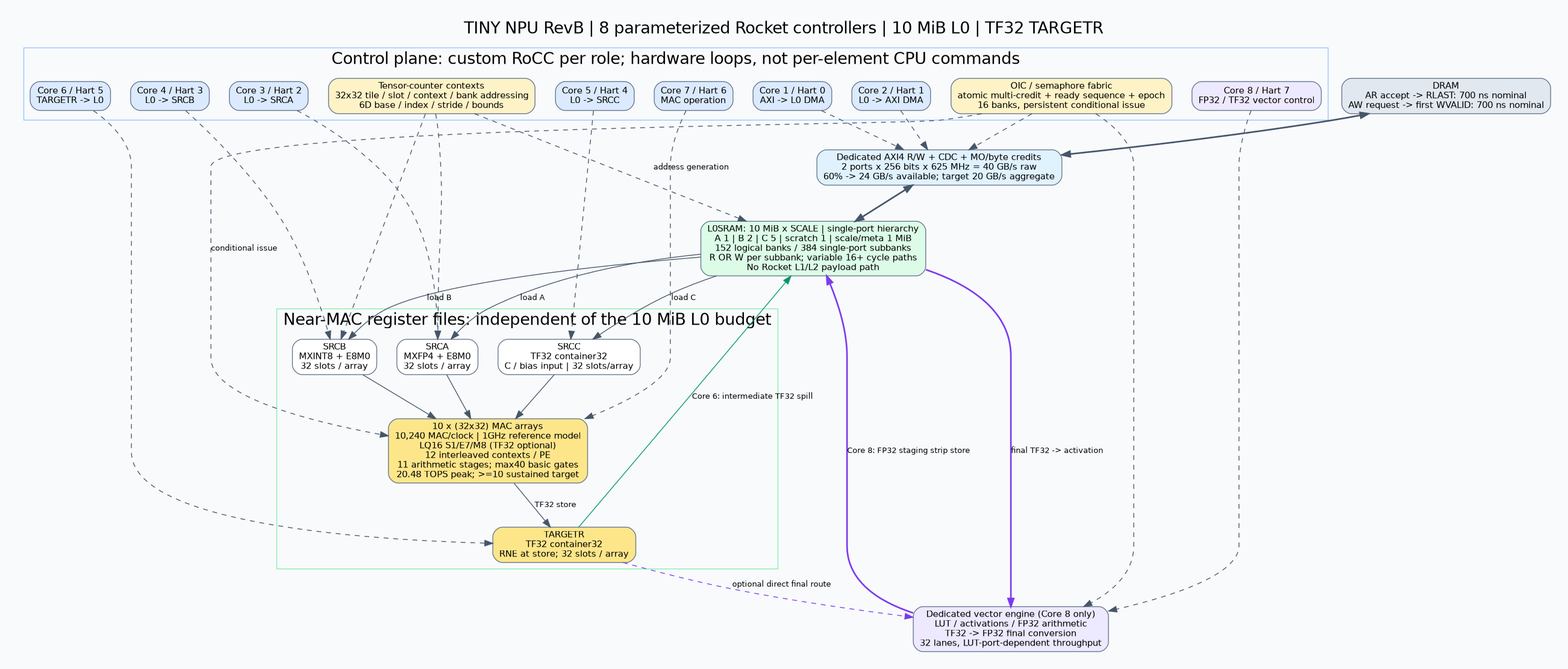
jhroh13/chipyard keeps this Graphviz diagram as tiny-npu/architecture/v2/architecture.png. Above is the earlier version. Its source is kept beside it as tiny-npu/architecture/v2/architecture.dot.
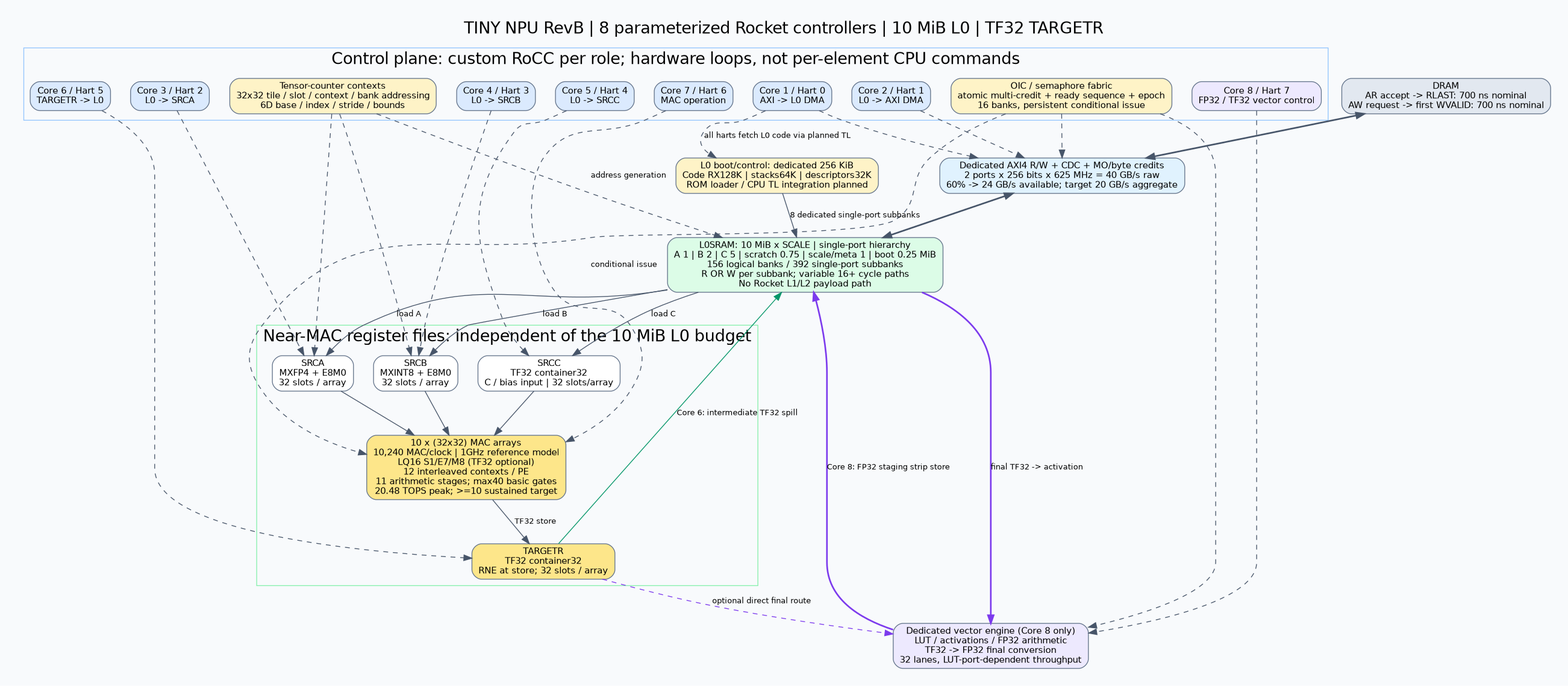
The same file after the commit.

Change to the diagram source:
```diff
@@ -17,9 +17,12 @@
   tc[label="Tensor-counter contexts\n32x32 tile / slot / context / bank addressing\n6D base / index / stride / bounds",fillcolor="#fef3c7"];
   oic[label="OIC / semaphore fabric\natomic multi-credit + ready sequence + epoch\n16 banks, persistent conditional issue",fillcolor="#fef3c7"];
  }
+ boot[label="L0 boot/control: dedicated 256 KiB\nCode RX128K | stacks64K | descriptors32K\nROM loader / CPU TL integration planned",fillcolor="#fef3c7"];
+ boot -> l0 [label="8 dedicated single-port subbanks"];
+ h0 -> boot [style=dashed,label="all harts fetch L0 code via planned TL"];
  dram[label="DRAM\nAR accept -> RLAST: 700 ns nominal\nAW request -> first WVALID: 700 ns nominal",fillcolor="#e2e8f0"];
  dma[label="Dedicated AXI4 R/W + CDC + MO/byte credits\n2 ports x 256 bits x 625 MHz = 40 GB/s raw\n60% -> 24 GB/s available; target 20 GB/s aggregate",fillcolor="#e0f2fe"];
- l0[label="L0SRAM: 10 MiB x SCALE | single-port hierarchy\nA 1 | B 2 | C 5 | scratch 1 | scale/meta 1 MiB\n152 logical banks / 384 single-port subbanks\nR OR W per subbank; variable 16+ cycle paths\nNo Rocket L1/L2 payload path",fillcolor="#dcfce7"];
+ l0[label="L0SRAM: 10 MiB x SCALE | single-port hierarchy\nA 1 | B 2 | C 5 | scratch 0.75 | scale/meta 1 | boot 0.25 MiB\n156 logical banks / 392 single-port subbanks\nR OR W per subbank; variable 16+ cycle paths\nNo Rocket L1/L2 payload path",fillcolor="#dcfce7"];
  subgraph cluster_near {
   label="Near-MAC register files: independent of the 10 MiB L0 budget";color="#86efac";
   ra[label="SRCA\nMXFP4 + E8M0\n32 slots / array"];
```
